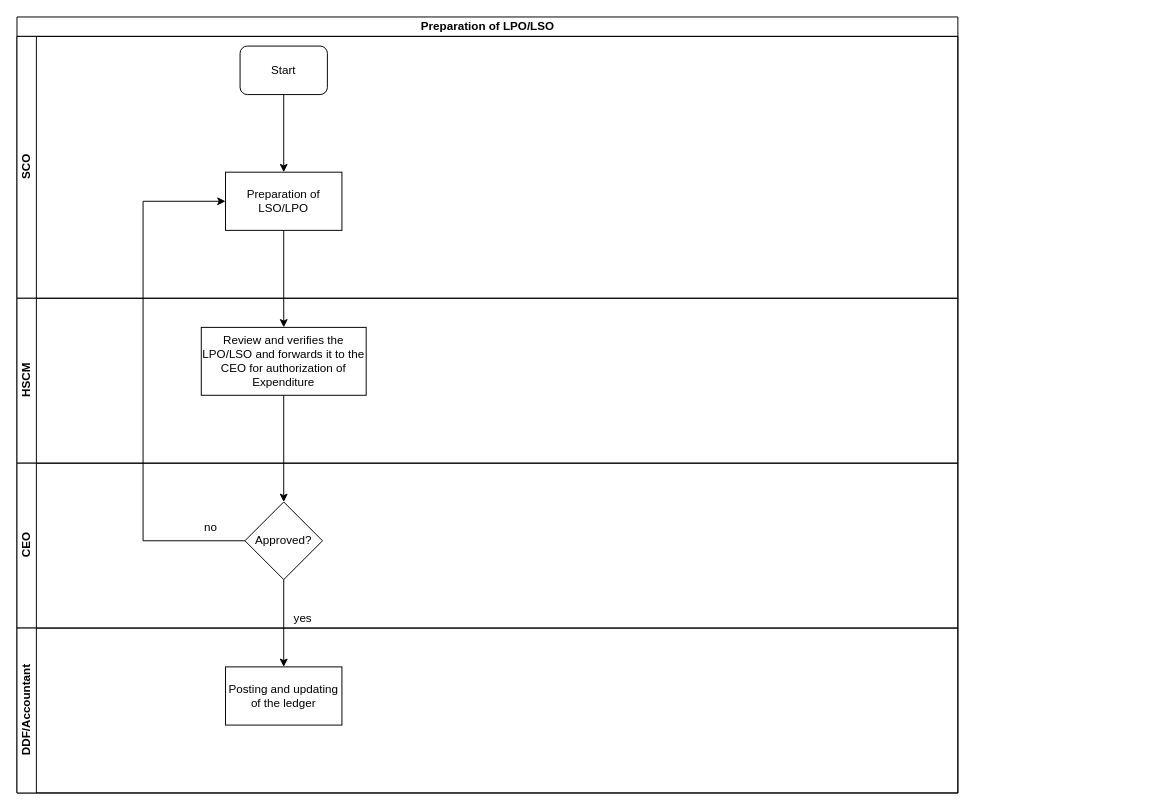
The draw.io diagram KEFRI-LPS/LSO Preparation.drawio in kmagua/flowcharts, before the edit. Source tidied: cells renumbered, new cells numbered last; positions are measured from the earlier drawing's top-left corner, leaving out a move shared by most shapes. Both pictures are drawn from the tidied source at 97%, with x=0, y=0 at pixel (16, 16).
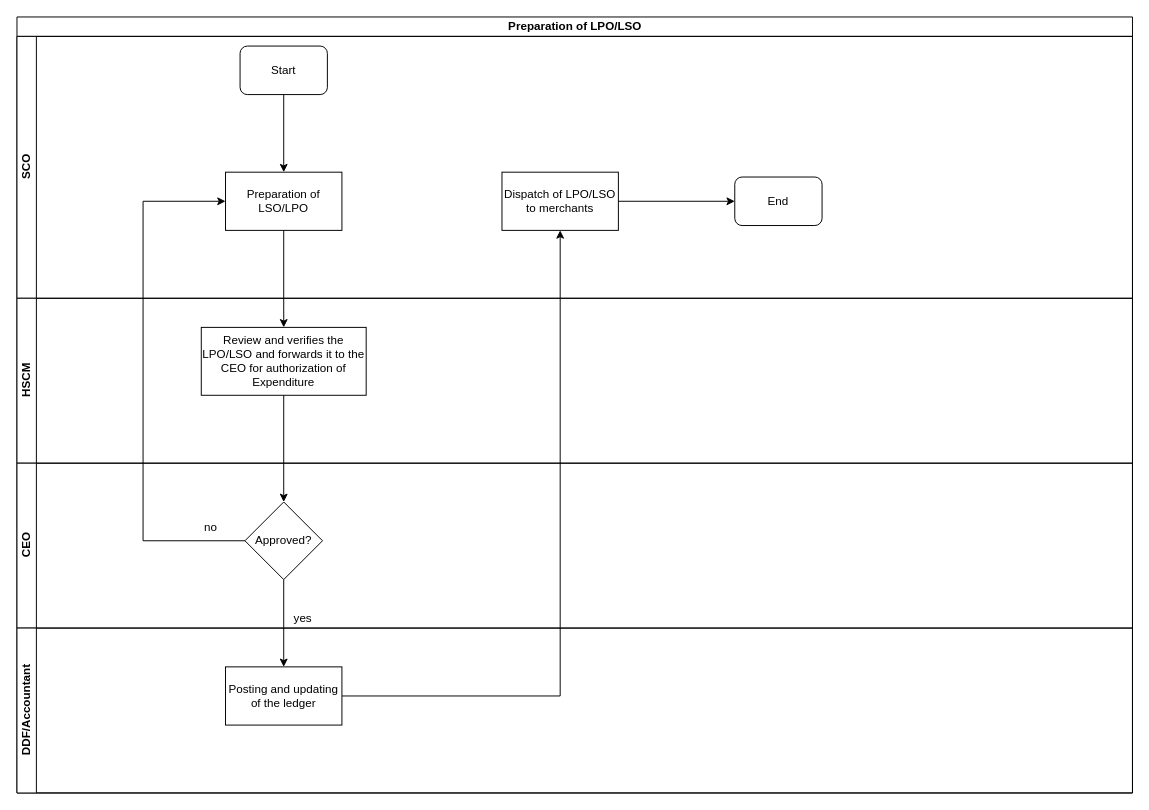
After the change.

The change refers to these unchanged cells:
```xml
<mxCell id="15" value="Posting and updating of the ledger" style="whiteSpace=wrap;html=1;rounded=0;" parent="14" vertex="1">
  <mxGeometry x="215" y="40" width="120" height="60" as="geometry" />
</mxCell>
```

Change to the diagram source:
```diff
@@
     <mxCell id="2" value="Preparation of LPO/LSO" style="swimlane;html=1;horizontal=1;startSize=20;" parent="1" vertex="1">
-      <mxGeometry width="970" height="800" as="geometry" />
+      <mxGeometry width="1150" height="800" as="geometry" />
     </mxCell>
     <mxCell id="3" value="SCO" style="swimlane;html=1;startSize=20;horizontal=0;" parent="2" vertex="1">
-      <mxGeometry y="20" width="970" height="270" as="geometry" />
+      <mxGeometry y="20" width="1150" height="270" as="geometry" />
     </mxCell>
@@
+    <mxCell id="19" value="Dispatch of LPO/LSO to merchants" style="whiteSpace=wrap;html=1;rounded=0;" parent="3" vertex="1">
+      <mxGeometry x="500" y="140" width="120" height="60" as="geometry" />
+    </mxCell>
+    <mxCell id="20" value="End" style="rounded=1;whiteSpace=wrap;html=1;" parent="3" vertex="1">
+      <mxGeometry x="740" y="145" width="90" height="50" as="geometry" />
+    </mxCell>
+    <mxCell id="21" style="edgeStyle=orthogonalEdgeStyle;rounded=0;jettySize=auto;html=1;" parent="3" edge="1" source="19" target="20">
+      <mxGeometry relative="1" as="geometry" />
+    </mxCell>
     <mxCell id="7" value="HSCM" style="swimlane;html=1;startSize=20;horizontal=0;" parent="2" vertex="1">
-      <mxGeometry y="290" width="970" height="170" as="geometry" />
+      <mxGeometry y="290" width="1150" height="170" as="geometry" />
     </mxCell>
@@
     <mxCell id="9" value="CEO" style="swimlane;html=1;startSize=20;horizontal=0;" parent="2" vertex="1">
-      <mxGeometry y="460" width="970" height="170" as="geometry" />
+      <mxGeometry y="460" width="1150" height="170" as="geometry" />
     </mxCell>
@@
     <mxCell id="14" value="DDF/Accountant" style="swimlane;html=1;startSize=20;horizontal=0;" parent="2" vertex="1">
-      <mxGeometry y="630" width="970" height="170" as="geometry" />
+      <mxGeometry y="630" width="1150" height="170" as="geometry" />
     </mxCell>
@@
+    <mxCell id="22" style="edgeStyle=orthogonalEdgeStyle;rounded=0;jettySize=auto;html=1;" parent="2" edge="1" source="15" target="19">
+      <mxGeometry relative="1" as="geometry" />
+    </mxCell>
```
